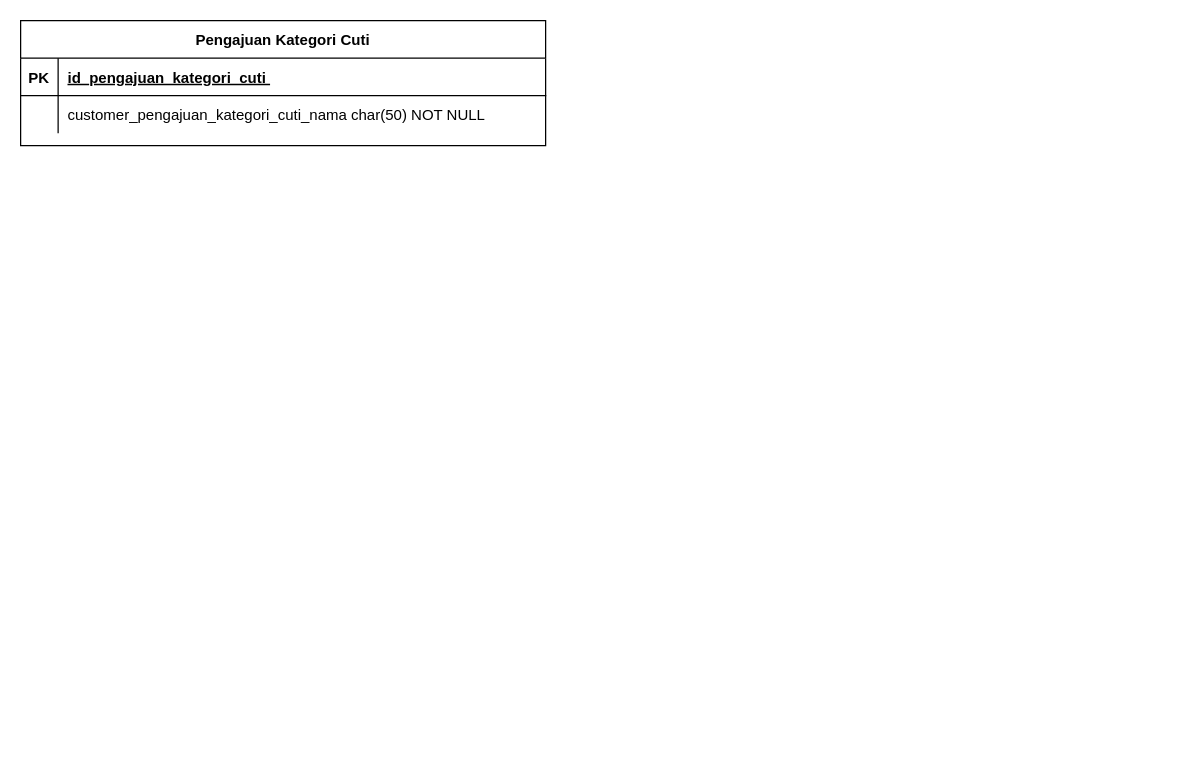
Earlier version of the draw.io diagram page "ijanujanjajan" (2 of 6) of ERD.drawio (santanamnaa/drawio). Source tidied: cells renumbered, new cells numbered last; positions are measured from the earlier drawing's top-left corner, leaving out a move shared by most shapes. Both pictures are drawn from the tidied source at 125%, with x=0, y=0 at pixel (20, 20).
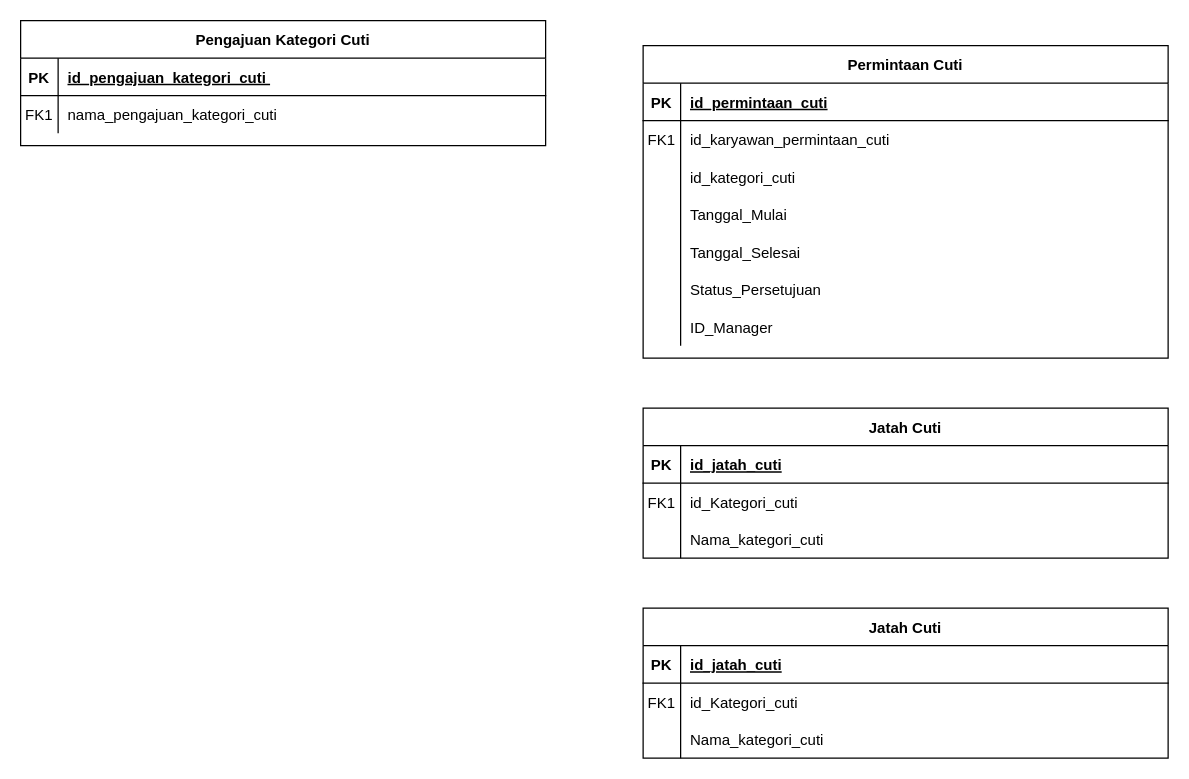
After the change.

The change refers to these unchanged cells:
```xml
<mxCell id="6" style="shape=partialRectangle;fillColor=none;top=0;left=0;right=0;bottom=0;" parent="2" vertex="1">
  <mxGeometry y="60" width="420" height="30" as="geometry" />
</mxCell>
```

Diff of the diagram source:
```diff
@@
-    <mxCell id="7" style="shape=partialRectangle;overflow=hidden;fillColor=none;top=0;left=0;bottom=0;right=0;" parent="6" vertex="1">
+    <mxCell id="7" value="FK1" style="shape=partialRectangle;overflow=hidden;fillColor=none;top=0;left=0;bottom=0;right=0;" parent="6" vertex="1">
       <mxGeometry width="30" height="30" as="geometry" />
     </mxCell>
-    <mxCell id="8" value="customer_pengajuan_kategori_cuti_nama char(50) NOT NULL" style="shape=partialRectangle;overflow=hidden;fillColor=none;top=0;left=0;bottom=0;right=0;align=left;spacingLeft=6;" parent="6" vertex="1">
+    <mxCell id="8" value="nama_pengajuan_kategori_cuti" style="shape=partialRectangle;overflow=hidden;fillColor=none;top=0;left=0;bottom=0;right=0;align=left;spacingLeft=6;" parent="6" vertex="1">
       <mxGeometry x="30" width="390" height="30" as="geometry" />
     </mxCell>
+    <mxCell id="9" value="Permintaan Cuti" style="shape=table;startSize=30;childLayout=tableLayout;rowLines=0;fontStyle=1;align=center;" parent="1" vertex="1">
+      <mxGeometry x="498" y="20" width="420" height="250" as="geometry" />
+    </mxCell>
+    <mxCell id="10" style="shape=partialRectangle;fillColor=none;top=0;left=0;right=0;bottom=1;" parent="9" vertex="1">
+      <mxGeometry y="30" width="420" height="30" as="geometry" />
+    </mxCell>
+    <mxCell id="11" value="PK" style="shape=partialRectangle;overflow=hidden;fillColor=none;top=0;left=0;bottom=0;right=0;fontStyle=1;" parent="10" vertex="1">
+      <mxGeometry width="30" height="30" as="geometry" />
+    </mxCell>
+    <mxCell id="12" value="id_permintaan_cuti" style="shape=partialRectangle;overflow=hidden;fillColor=none;top=0;left=0;bottom=0;right=0;align=left;spacingLeft=6;fontStyle=5;" parent="10" vertex="1">
+      <mxGeometry x="30" width="390" height="30" as="geometry" />
+    </mxCell>
+    <mxCell id="13" style="shape=partialRectangle;fillColor=none;top=0;left=0;right=0;bottom=0;" parent="9" vertex="1">
+      <mxGeometry y="60" width="420" height="30" as="geometry" />
+    </mxCell>
+    <mxCell id="14" value="FK1" style="shape=partialRectangle;overflow=hidden;fillColor=none;top=0;left=0;bottom=0;right=0;" parent="13" vertex="1">
+      <mxGeometry width="30" height="30" as="geometry" />
+    </mxCell>
+    <mxCell id="15" value="id_karyawan_permintaan_cuti" style="shape=partialRectangle;overflow=hidden;fillColor=none;top=0;left=0;bottom=0;right=0;align=left;spacingLeft=6;" parent="13" vertex="1">
+      <mxGeometry x="30" width="390" height="30" as="geometry" />
+    </mxCell>
+    <mxCell id="16" style="shape=partialRectangle;fillColor=none;top=0;left=0;right=0;bottom=0;" parent="9" vertex="1">
+      <mxGeometry y="90" width="420" height="30" as="geometry" />
+    </mxCell>
+    <mxCell id="17" style="shape=partialRectangle;overflow=hidden;fillColor=none;top=0;left=0;bottom=0;right=0;" parent="16" vertex="1">
+      <mxGeometry width="30" height="30" as="geometry" />
+    </mxCell>
+    <mxCell id="18" value="id_kategori_cuti" style="shape=partialRectangle;overflow=hidden;fillColor=none;top=0;left=0;bottom=0;right=0;align=left;spacingLeft=6;" parent="16" vertex="1">
+      <mxGeometry x="30" width="390" height="30" as="geometry" />
+    </mxCell>
+    <mxCell id="19" style="shape=partialRectangle;fillColor=none;top=0;left=0;right=0;bottom=0;" parent="9" vertex="1">
+      <mxGeometry y="120" width="420" height="30" as="geometry" />
+    </mxCell>
+    <mxCell id="20" style="shape=partialRectangle;overflow=hidden;fillColor=none;top=0;left=0;bottom=0;right=0;" parent="19" vertex="1">
+      <mxGeometry width="30" height="30" as="geometry" />
+    </mxCell>
+    <mxCell id="21" value="Tanggal_Mulai" style="shape=partialRectangle;overflow=hidden;fillColor=none;top=0;left=0;bottom=0;right=0;align=left;spacingLeft=6;" parent="19" vertex="1">
+      <mxGeometry x="30" width="390" height="30" as="geometry" />
+    </mxCell>
+    <mxCell id="22" style="shape=partialRectangle;fillColor=none;top=0;left=0;right=0;bottom=0;" parent="9" vertex="1">
+      <mxGeometry y="150" width="420" height="30" as="geometry" />
+    </mxCell>
+    <mxCell id="23" style="shape=partialRectangle;overflow=hidden;fillColor=none;top=0;left=0;bottom=0;right=0;" parent="22" vertex="1">
+      <mxGeometry width="30" height="30" as="geometry" />
+    </mxCell>
+    <mxCell id="24" value="Tanggal_Selesai" style="shape=partialRectangle;overflow=hidden;fillColor=none;top=0;left=0;bottom=0;right=0;align=left;spacingLeft=6;" parent="22" vertex="1">
+      <mxGeometry x="30" width="390" height="30" as="geometry" />
+    </mxCell>
+    <mxCell id="25" style="shape=partialRectangle;fillColor=none;top=0;left=0;right=0;bottom=0;" parent="9" vertex="1">
+      <mxGeometry y="180" width="420" height="30" as="geometry" />
+    </mxCell>
+    <mxCell id="26" style="shape=partialRectangle;overflow=hidden;fillColor=none;top=0;left=0;bottom=0;right=0;" parent="25" vertex="1">
+      <mxGeometry width="30" height="30" as="geometry" />
+    </mxCell>
+    <mxCell id="27" value="Status_Persetujuan" style="shape=partialRectangle;overflow=hidden;fillColor=none;top=0;left=0;bottom=0;right=0;align=left;spacingLeft=6;" parent="25" vertex="1">
+      <mxGeometry x="30" width="390" height="30" as="geometry" />
+    </mxCell>
+    <mxCell id="28" style="shape=partialRectangle;fillColor=none;top=0;left=0;right=0;bottom=0;" parent="9" vertex="1">
+      <mxGeometry y="210" width="420" height="30" as="geometry" />
+    </mxCell>
+    <mxCell id="29" style="shape=partialRectangle;overflow=hidden;fillColor=none;top=0;left=0;bottom=0;right=0;" parent="28" vertex="1">
+      <mxGeometry width="30" height="30" as="geometry" />
+    </mxCell>
+    <mxCell id="30" value="ID_Manager" style="shape=partialRectangle;overflow=hidden;fillColor=none;top=0;left=0;bottom=0;right=0;align=left;spacingLeft=6;" parent="28" vertex="1">
+      <mxGeometry x="30" width="390" height="30" as="geometry" />
+    </mxCell>
+    <mxCell id="31" value="Jatah Cuti" style="shape=table;startSize=30;childLayout=tableLayout;rowLines=0;fontStyle=1;align=center;" parent="1" vertex="1">
+      <mxGeometry x="498" y="310" width="420" height="120" as="geometry" />
+    </mxCell>
+    <mxCell id="32" style="shape=partialRectangle;fillColor=none;top=0;left=0;right=0;bottom=1;" parent="31" vertex="1">
+      <mxGeometry y="30" width="420" height="30" as="geometry" />
+    </mxCell>
+    <mxCell id="33" value="PK" style="shape=partialRectangle;overflow=hidden;fillColor=none;top=0;left=0;bottom=0;right=0;fontStyle=1;" parent="32" vertex="1">
+      <mxGeometry width="30" height="30" as="geometry" />
+    </mxCell>
+    <mxCell id="34" value="id_jatah_cuti" style="shape=partialRectangle;overflow=hidden;fillColor=none;top=0;left=0;bottom=0;right=0;align=left;spacingLeft=6;fontStyle=5;" parent="32" vertex="1">
+      <mxGeometry x="30" width="390" height="30" as="geometry" />
+    </mxCell>
+    <mxCell id="35" style="shape=partialRectangle;fillColor=none;top=0;left=0;right=0;bottom=0;" parent="31" vertex="1">
+      <mxGeometry y="60" width="420" height="30" as="geometry" />
+    </mxCell>
+    <mxCell id="36" value="FK1" style="shape=partialRectangle;overflow=hidden;fillColor=none;top=0;left=0;bottom=0;right=0;" parent="35" vertex="1">
+      <mxGeometry width="30" height="30" as="geometry" />
+    </mxCell>
+    <mxCell id="37" value="id_Kategori_cuti" style="shape=partialRectangle;overflow=hidden;fillColor=none;top=0;left=0;bottom=0;right=0;align=left;spacingLeft=6;" parent="35" vertex="1">
+      <mxGeometry x="30" width="390" height="30" as="geometry" />
+    </mxCell>
+    <mxCell id="38" style="shape=partialRectangle;fillColor=none;top=0;left=0;right=0;bottom=0;" parent="31" vertex="1">
+      <mxGeometry y="90" width="420" height="30" as="geometry" />
+    </mxCell>
+    <mxCell id="39" style="shape=partialRectangle;overflow=hidden;fillColor=none;top=0;left=0;bottom=0;right=0;" parent="38" vertex="1">
+      <mxGeometry width="30" height="30" as="geometry" />
+    </mxCell>
+    <mxCell id="40" value="Nama_kategori_cuti" style="shape=partialRectangle;overflow=hidden;fillColor=none;top=0;left=0;bottom=0;right=0;align=left;spacingLeft=6;" parent="38" vertex="1">
+      <mxGeometry x="30" width="390" height="30" as="geometry" />
+    </mxCell>
+    <mxCell id="41" value="Jatah Cuti" style="shape=table;startSize=30;childLayout=tableLayout;rowLines=0;fontStyle=1;align=center;" parent="1" vertex="1">
+      <mxGeometry x="498" y="470" width="420" height="120" as="geometry" />
+    </mxCell>
+    <mxCell id="42" style="shape=partialRectangle;fillColor=none;top=0;left=0;right=0;bottom=1;" parent="41" vertex="1">
+      <mxGeometry y="30" width="420" height="30" as="geometry" />
+    </mxCell>
+    <mxCell id="43" value="PK" style="shape=partialRectangle;overflow=hidden;fillColor=none;top=0;left=0;bottom=0;right=0;fontStyle=1;" parent="42" vertex="1">
+      <mxGeometry width="30" height="30" as="geometry" />
+    </mxCell>
+    <mxCell id="44" value="id_jatah_cuti" style="shape=partialRectangle;overflow=hidden;fillColor=none;top=0;left=0;bottom=0;right=0;align=left;spacingLeft=6;fontStyle=5;" parent="42" vertex="1">
+      <mxGeometry x="30" width="390" height="30" as="geometry" />
+    </mxCell>
+    <mxCell id="45" style="shape=partialRectangle;fillColor=none;top=0;left=0;right=0;bottom=0;" parent="41" vertex="1">
+      <mxGeometry y="60" width="420" height="30" as="geometry" />
+    </mxCell>
+    <mxCell id="46" value="FK1" style="shape=partialRectangle;overflow=hidden;fillColor=none;top=0;left=0;bottom=0;right=0;" parent="45" vertex="1">
+      <mxGeometry width="30" height="30" as="geometry" />
+    </mxCell>
+    <mxCell id="47" value="id_Kategori_cuti" style="shape=partialRectangle;overflow=hidden;fillColor=none;top=0;left=0;bottom=0;right=0;align=left;spacingLeft=6;" parent="45" vertex="1">
+      <mxGeometry x="30" width="390" height="30" as="geometry" />
+    </mxCell>
+    <mxCell id="48" style="shape=partialRectangle;fillColor=none;top=0;left=0;right=0;bottom=0;" parent="41" vertex="1">
+      <mxGeometry y="90" width="420" height="30" as="geometry" />
+    </mxCell>
+    <mxCell id="49" style="shape=partialRectangle;overflow=hidden;fillColor=none;top=0;left=0;bottom=0;right=0;" parent="48" vertex="1">
+      <mxGeometry width="30" height="30" as="geometry" />
+    </mxCell>
+    <mxCell id="50" value="Nama_kategori_cuti" style="shape=partialRectangle;overflow=hidden;fillColor=none;top=0;left=0;bottom=0;right=0;align=left;spacingLeft=6;" parent="48" vertex="1">
+      <mxGeometry x="30" width="390" height="30" as="geometry" />
+    </mxCell>
```
